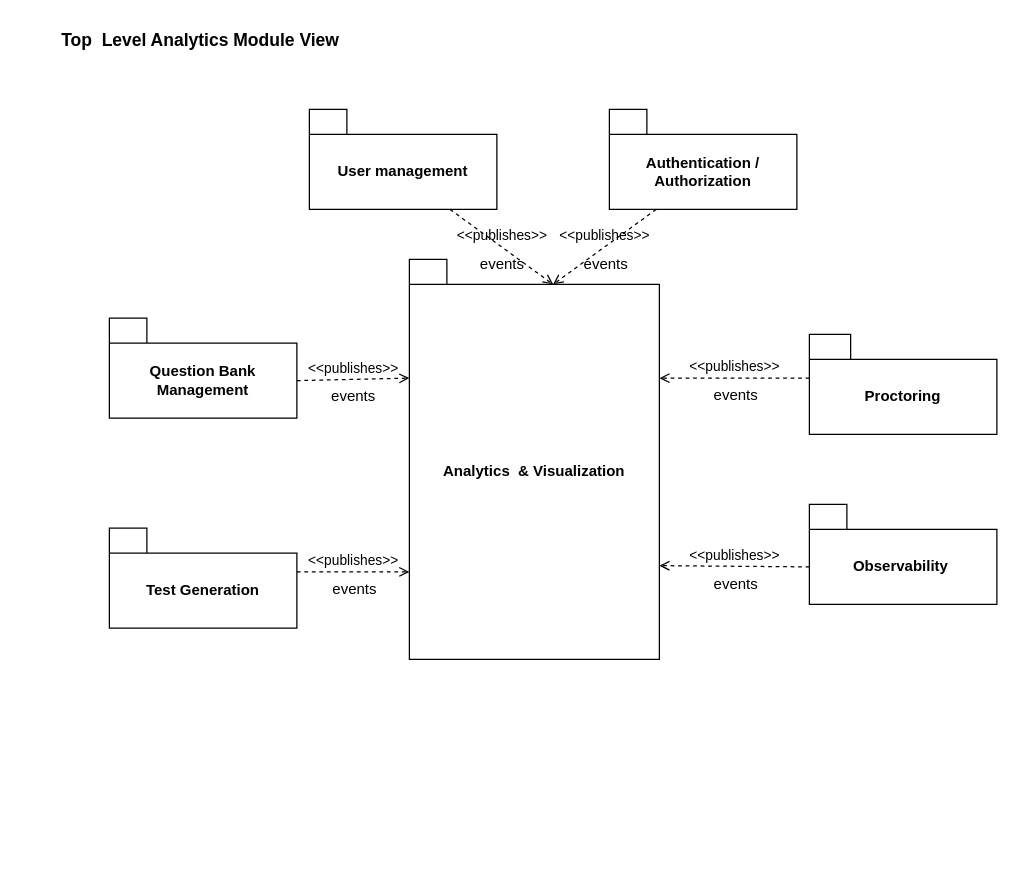
Earlier version of the draw.io diagram Analytics Platform Data Sources .drawio (Swaraj-Bharti/softwarearchitectcert). Source tidied: cells renumbered, new cells numbered last; positions are measured from the earlier drawing's top-left corner, leaving out a move shared by most shapes. Both pictures are drawn from the tidied source at 125%, with x=0, y=0 at pixel (21, 21).
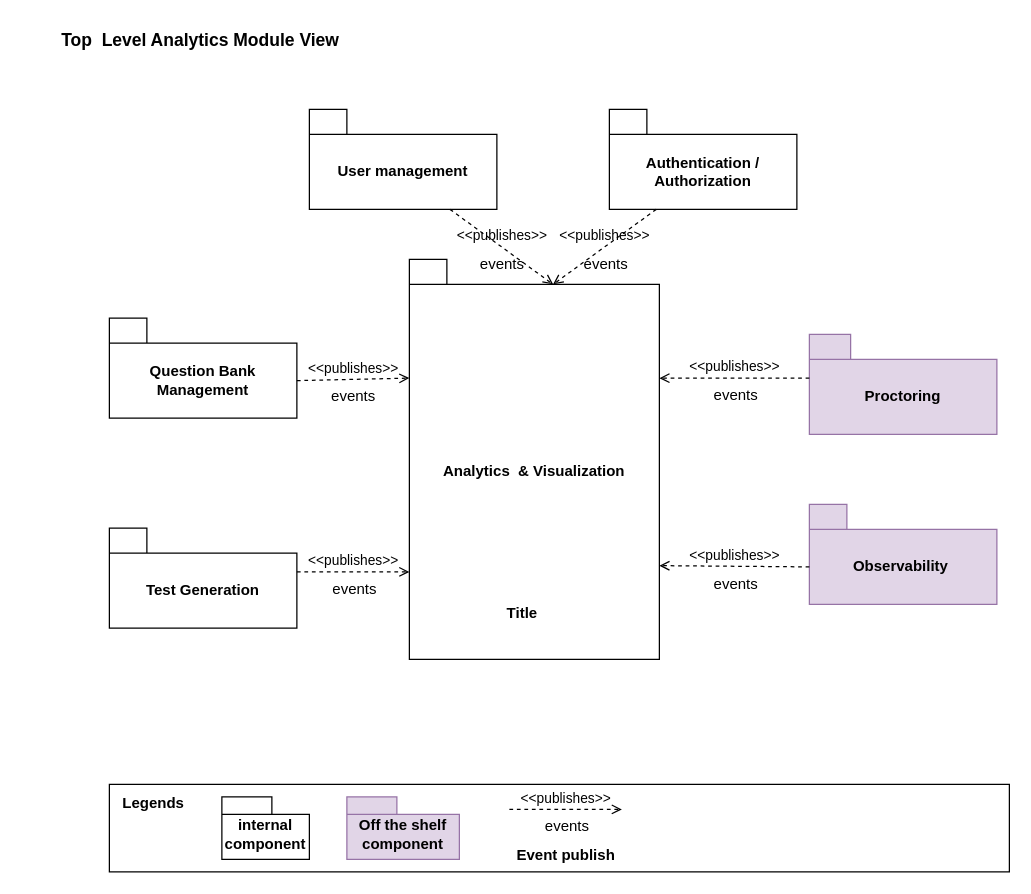
Above is the later version.

What changed in the source:
```diff
@@
-    <mxCell id="2" value="Proctoring" style="shape=folder;fontStyle=1;tabWidth=33;tabHeight=20;tabPosition=left;html=1;boundedLbl=1;whiteSpace=wrap;" parent="1" vertex="1">
+    <mxCell id="2" value="Proctoring" style="shape=folder;fontStyle=1;tabWidth=33;tabHeight=20;tabPosition=left;html=1;boundedLbl=1;whiteSpace=wrap;fillColor=#e1d5e7;strokeColor=#9673a6;" parent="1" vertex="1">
       <mxGeometry x="630" y="250" width="150" height="80" as="geometry" />
     </mxCell>
@@
-    <mxCell id="8" value="Observability&amp;nbsp;" style="shape=folder;fontStyle=1;tabWidth=30;tabHeight=20;tabPosition=left;html=1;boundedLbl=1;whiteSpace=wrap;" parent="1" vertex="1">
+    <mxCell id="8" value="Observability&amp;nbsp;" style="shape=folder;fontStyle=1;tabWidth=30;tabHeight=20;tabPosition=left;html=1;boundedLbl=1;whiteSpace=wrap;fillColor=#e1d5e7;strokeColor=#9673a6;" parent="1" vertex="1">
       <mxGeometry x="630" y="386" width="150" height="80" as="geometry" />
     </mxCell>
@@
+    <mxCell id="22" style="rounded=0;whiteSpace=wrap;html=1;" parent="1" vertex="1">
+      <mxGeometry x="70" y="610" width="720" height="70" as="geometry" />
+    </mxCell>
+    <mxCell id="23" value="&lt;b&gt;Legends&lt;/b&gt;" style="text;html=1;align=center;verticalAlign=middle;strokeColor=none;fillColor=none;" parent="1" vertex="1">
+      <mxGeometry x="70" y="610" width="70" height="30" as="geometry" />
+    </mxCell>
+    <mxCell id="24" value="internal component" style="shape=folder;fontStyle=1;spacingTop=10;tabWidth=40;tabHeight=14;tabPosition=left;html=1;whiteSpace=wrap;" parent="1" vertex="1">
+      <mxGeometry x="160" y="620" width="70" height="50" as="geometry" />
+    </mxCell>
+    <mxCell id="25" value="Off the shelf component" style="shape=folder;fontStyle=1;spacingTop=10;tabWidth=40;tabHeight=14;tabPosition=left;html=1;whiteSpace=wrap;fillColor=#e1d5e7;strokeColor=#9673a6;" parent="1" vertex="1">
+      <mxGeometry x="260" y="620" width="90" height="50" as="geometry" />
+    </mxCell>
+    <mxCell id="26" value="&amp;lt;&amp;lt;publishes&amp;gt;&amp;gt;" style="endArrow=open;html=1;rounded=0;align=center;verticalAlign=bottom;dashed=1;endFill=0;labelBackgroundColor=none;exitX=0;exitY=0;exitDx=150;exitDy=35;exitPerimeter=0;" parent="1" edge="1">
+      <mxGeometry relative="1" as="geometry">
+        <mxPoint x="390" y="630" as="sourcePoint" />
+        <mxPoint x="480" y="630" as="targetPoint" />
+      </mxGeometry>
+    </mxCell>
+    <mxCell id="27" value="events" style="html=1;align=center;verticalAlign=top;labelBackgroundColor=none;" parent="26" vertex="1">
+      <mxGeometry relative="1" as="geometry" />
+    </mxCell>
+    <mxCell id="28" value="Title" style="text;align=center;fontStyle=1;verticalAlign=middle;spacingLeft=3;spacingRight=3;strokeColor=none;html=1;" parent="1" vertex="1">
+      <mxGeometry x="360" y="460" width="80" height="26" as="geometry" />
+    </mxCell>
+    <mxCell id="29" value="Event publish" style="text;align=center;fontStyle=1;verticalAlign=middle;spacingLeft=3;spacingRight=3;strokeColor=none;html=1;" parent="1" vertex="1">
+      <mxGeometry x="370" y="654" width="130" height="26" as="geometry" />
+    </mxCell>
```
